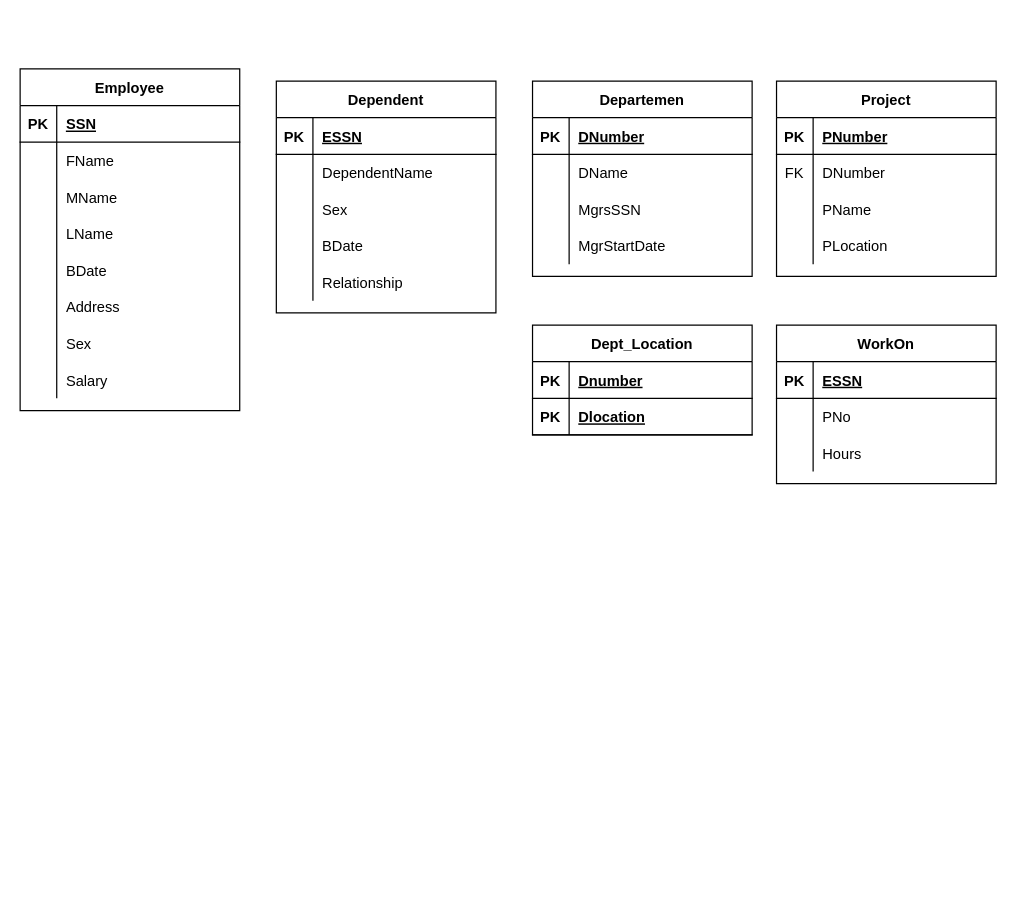
The draw.io diagram pembahasan-tugas/lkp-6/lkp5-erd.drawio in kusin/belajar-basis-data, before the edit. Source tidied: cells renumbered, new cells numbered last; positions are measured from the earlier drawing's top-left corner, leaving out a move shared by most shapes. Both pictures are drawn from the tidied source at 122%, with x=0, y=0 at pixel (20, 68).
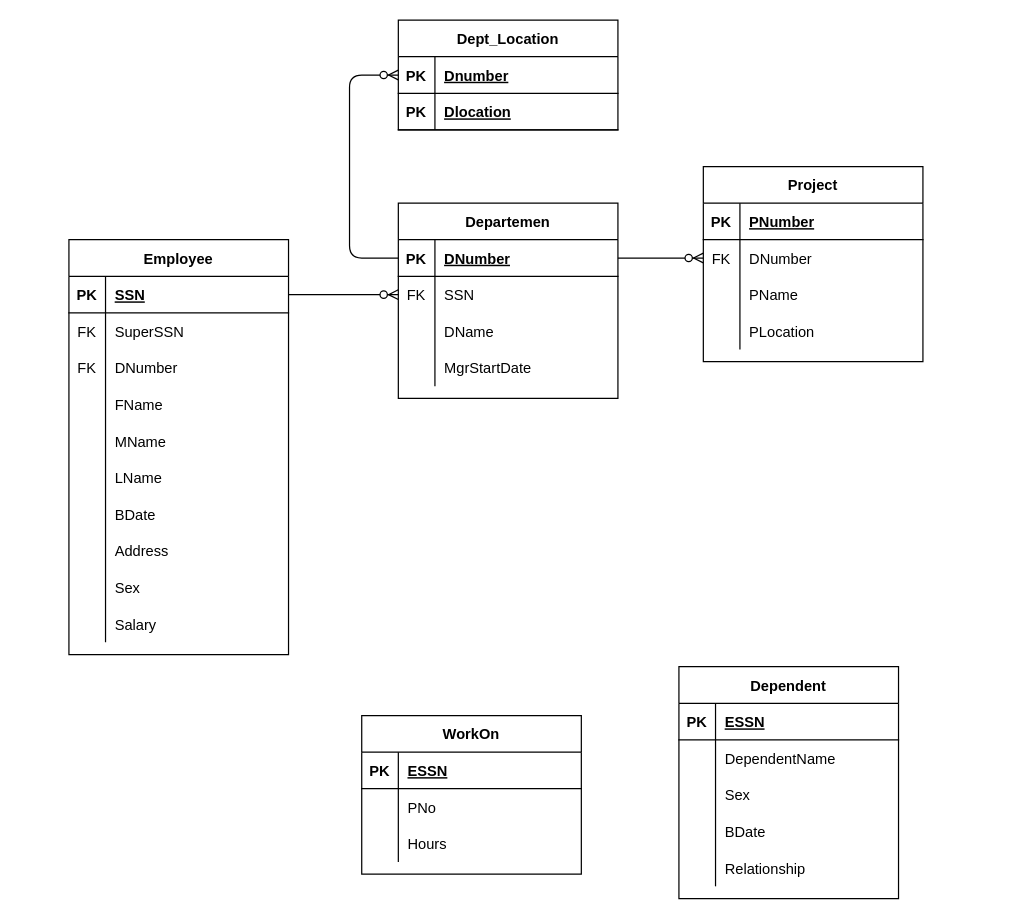
Above is the later version.

The change refers to these unchanged cells:
```xml
<mxCell id="3" style="shape=partialRectangle;fillColor=none;top=0;left=0;bottom=1;right=0;points=[[0,0.5],[1,0.5]];portConstraint=eastwest;" parent="2" vertex="1">
  <mxGeometry y="30" width="180" height="30" as="geometry" />
</mxCell>
<mxCell id="10" style="shape=partialRectangle;fillColor=none;top=0;left=0;bottom=1;right=0;points=[[0,0.5],[1,0.5]];portConstraint=eastwest;" parent="9" vertex="1">
  <mxGeometry y="30" width="180" height="30" as="geometry" />
</mxCell>
<mxCell id="23" style="shape=partialRectangle;fillColor=none;top=0;left=0;bottom=1;right=0;points=[[0,0.5],[1,0.5]];portConstraint=eastwest;" parent="22" vertex="1">
  <mxGeometry y="30" width="180" height="30" as="geometry" />
</mxCell>
<mxCell id="51" style="shape=partialRectangle;fillColor=none;top=0;left=0;bottom=0;right=0;points=[[0,0.5],[1,0.5]];portConstraint=eastwest;" parent="47" vertex="1">
  <mxGeometry y="60" width="180" height="30" as="geometry" />
</mxCell>
```

The edit, as a diff of the source:
```diff
@@
     <mxCell id="2" value="Dept_Location" style="shape=table;startSize=30;childLayout=tableLayout;rowLines=0;fontStyle=1;align=center;" parent="1" vertex="1">
-      <mxGeometry x="420" y="210" width="180" height="90" as="geometry" />
+      <mxGeometry x="310" y="-40" width="180" height="90" as="geometry" />
     </mxCell>
@@
     <mxCell id="9" value="Departemen" style="shape=table;startSize=30;childLayout=tableLayout;rowLines=0;fontStyle=1;align=center;" parent="1" vertex="1">
-      <mxGeometry x="420" y="10" width="180" height="160" as="geometry" />
+      <mxGeometry x="310" y="110" width="180" height="160" as="geometry" />
     </mxCell>
@@
+    <mxCell id="86" style="shape=partialRectangle;fillColor=none;top=0;left=0;bottom=0;right=0;points=[[0,0.5],[1,0.5]];portConstraint=eastwest;" parent="9" vertex="1">
+      <mxGeometry y="60" width="180" height="30" as="geometry" />
+    </mxCell>
+    <mxCell id="87" value="FK" style="shape=partialRectangle;fillColor=none;top=0;left=0;bottom=0;right=0;fontStyle=0;overflow=hidden;" parent="86" vertex="1">
+      <mxGeometry width="30" height="30" as="geometry" />
+    </mxCell>
+    <mxCell id="88" value="SSN" style="shape=partialRectangle;fillColor=none;top=0;left=0;bottom=0;right=0;align=left;spacingLeft=6;fontStyle=0;overflow=hidden;" parent="86" vertex="1">
+      <mxGeometry x="30" width="150" height="30" as="geometry" />
+    </mxCell>
     <mxCell id="13" style="shape=partialRectangle;fillColor=none;top=0;left=0;bottom=0;right=0;" parent="9" vertex="1">
-      <mxGeometry y="60" width="180" height="30" as="geometry" />
+      <mxGeometry y="90" width="180" height="30" as="geometry" />
     </mxCell>
@@
-    <mxCell id="16" style="shape=partialRectangle;fillColor=none;top=0;left=0;bottom=0;right=0;" parent="9" vertex="1">
-      <mxGeometry y="90" width="180" height="30" as="geometry" />
-    </mxCell>
-    <mxCell id="17" style="shape=partialRectangle;fillColor=none;top=0;left=0;bottom=0;right=0;overflow=hidden;" parent="16" vertex="1">
-      <mxGeometry width="30" height="30" as="geometry" />
-    </mxCell>
-    <mxCell id="18" value="MgrsSSN" style="shape=partialRectangle;fillColor=none;top=0;left=0;bottom=0;right=0;align=left;spacingLeft=6;overflow=hidden;" parent="16" vertex="1">
-      <mxGeometry x="30" width="150" height="30" as="geometry" />
-    </mxCell>
@@
     <mxCell id="22" value="Employee" style="shape=table;startSize=30;childLayout=tableLayout;rowLines=0;fontStyle=1;align=center;" parent="1" vertex="1">
-      <mxGeometry width="180" height="280" as="geometry" />
+      <mxGeometry x="40" y="140" width="180" height="340" as="geometry" />
     </mxCell>
@@
+    <mxCell id="89" style="shape=partialRectangle;fillColor=none;top=0;left=0;bottom=0;right=0;" parent="22" vertex="1">
+      <mxGeometry y="60" width="180" height="30" as="geometry" />
+    </mxCell>
+    <mxCell id="90" value="FK" style="shape=partialRectangle;fillColor=none;top=0;left=0;bottom=0;right=0;fontStyle=0;overflow=hidden;" parent="89" vertex="1">
+      <mxGeometry width="30" height="30" as="geometry" />
+    </mxCell>
+    <mxCell id="91" value="SuperSSN" style="shape=partialRectangle;fillColor=none;top=0;left=0;bottom=0;right=0;align=left;spacingLeft=6;fontStyle=0;overflow=hidden;" parent="89" vertex="1">
+      <mxGeometry x="30" width="150" height="30" as="geometry" />
+    </mxCell>
+    <mxCell id="16" style="shape=partialRectangle;fillColor=none;top=0;left=0;bottom=0;right=0;" parent="22" vertex="1">
+      <mxGeometry y="90" width="180" height="30" as="geometry" />
+    </mxCell>
+    <mxCell id="92" value="FK" style="shape=partialRectangle;fillColor=none;top=0;left=0;bottom=0;right=0;fontStyle=0;overflow=hidden;" parent="16" vertex="1">
+      <mxGeometry width="30" height="30" as="geometry" />
+    </mxCell>
+    <mxCell id="93" value="DNumber" style="shape=partialRectangle;fillColor=none;top=0;left=0;bottom=0;right=0;align=left;spacingLeft=6;fontStyle=0;overflow=hidden;" parent="16" vertex="1">
+      <mxGeometry x="30" width="150" height="30" as="geometry" />
+    </mxCell>
     <mxCell id="26" style="shape=partialRectangle;fillColor=none;top=0;left=0;bottom=0;right=0;" parent="22" vertex="1">
-      <mxGeometry y="60" width="180" height="30" as="geometry" />
+      <mxGeometry y="120" width="180" height="30" as="geometry" />
     </mxCell>
@@
     <mxCell id="29" style="shape=partialRectangle;fillColor=none;top=0;left=0;bottom=0;right=0;" parent="22" vertex="1">
-      <mxGeometry y="90" width="180" height="30" as="geometry" />
+      <mxGeometry y="150" width="180" height="30" as="geometry" />
     </mxCell>
@@
     <mxCell id="32" style="shape=partialRectangle;fillColor=none;top=0;left=0;bottom=0;right=0;" parent="22" vertex="1">
-      <mxGeometry y="120" width="180" height="30" as="geometry" />
+      <mxGeometry y="180" width="180" height="30" as="geometry" />
     </mxCell>
@@
     <mxCell id="35" style="shape=partialRectangle;fillColor=none;top=0;left=0;bottom=0;right=0;" parent="22" vertex="1">
-      <mxGeometry y="150" width="180" height="30" as="geometry" />
+      <mxGeometry y="210" width="180" height="30" as="geometry" />
     </mxCell>
@@
     <mxCell id="38" style="shape=partialRectangle;fillColor=none;top=0;left=0;bottom=0;right=0;" parent="22" vertex="1">
-      <mxGeometry y="180" width="180" height="30" as="geometry" />
+      <mxGeometry y="240" width="180" height="30" as="geometry" />
     </mxCell>
@@
     <mxCell id="41" style="shape=partialRectangle;fillColor=none;top=0;left=0;bottom=0;right=0;" parent="22" vertex="1">
-      <mxGeometry y="210" width="180" height="30" as="geometry" />
+      <mxGeometry y="270" width="180" height="30" as="geometry" />
     </mxCell>
@@
     <mxCell id="44" style="shape=partialRectangle;fillColor=none;top=0;left=0;bottom=0;right=0;" parent="22" vertex="1">
-      <mxGeometry y="240" width="180" height="30" as="geometry" />
+      <mxGeometry y="300" width="180" height="30" as="geometry" />
     </mxCell>
@@
     <mxCell id="47" value="Project" style="shape=table;startSize=30;childLayout=tableLayout;rowLines=0;fontStyle=1;align=center;" parent="1" vertex="1">
-      <mxGeometry x="620" y="10" width="180" height="160" as="geometry" />
+      <mxGeometry x="560" y="80" width="180" height="160" as="geometry" />
     </mxCell>
@@
     <mxCell id="60" value="WorkOn" style="shape=table;startSize=30;childLayout=tableLayout;rowLines=0;fontStyle=1;align=center;" parent="1" vertex="1">
-      <mxGeometry x="620" y="210" width="180" height="130" as="geometry" />
+      <mxGeometry x="280" y="530" width="180" height="130" as="geometry" />
     </mxCell>
@@
     <mxCell id="70" value="Dependent" style="shape=table;startSize=30;childLayout=tableLayout;rowLines=0;fontStyle=1;align=center;" parent="1" vertex="1">
-      <mxGeometry x="210" y="10" width="180" height="190" as="geometry" />
+      <mxGeometry x="540" y="490" width="180" height="190" as="geometry" />
     </mxCell>
@@
+    <mxCell id="94" style="edgeStyle=entityRelationEdgeStyle;fontSize=12;html=1;endArrow=ERzeroToMany;endFill=1;exitX=1;exitY=0.5;exitDx=0;exitDy=0;entryX=0;entryY=0.5;entryDx=0;entryDy=0;" parent="1" edge="1" source="10" target="51">
+      <mxGeometry relative="1" as="geometry" />
+    </mxCell>
+    <mxCell id="95" style="edgeStyle=entityRelationEdgeStyle;fontSize=12;html=1;endArrow=ERzeroToMany;endFill=1;exitX=1;exitY=0.5;exitDx=0;exitDy=0;entryX=0;entryY=0.5;entryDx=0;entryDy=0;" parent="1" edge="1" source="23" target="86">
+      <mxGeometry relative="1" as="geometry" />
+    </mxCell>
+    <mxCell id="96" style="edgeStyle=orthogonalEdgeStyle;fontSize=12;html=1;endArrow=ERzeroToMany;endFill=1;entryX=0;entryY=0.5;entryDx=0;entryDy=0;exitX=0;exitY=0.5;exitDx=0;exitDy=0;" parent="1" edge="1" source="10" target="3">
+      <mxGeometry relative="1" as="geometry">
+        <Array as="points">
+          <mxPoint x="270" y="155" />
+          <mxPoint x="270" y="5" />
+        </Array>
+      </mxGeometry>
+    </mxCell>
```
